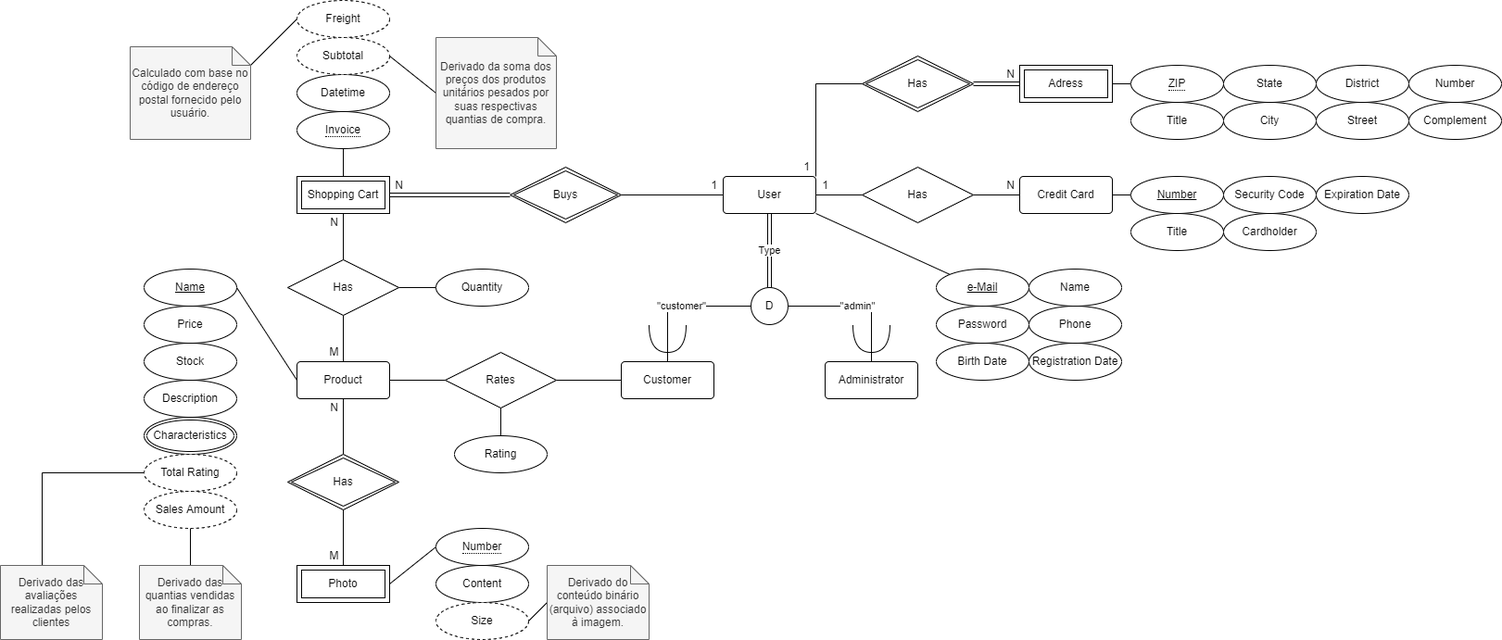
Before: github/MER.png, a diagram exported from draw.io (jlrconstantino/bookstore-ecommerce). Source tidied: cells renumbered, new cells last; positions are measured from the earlier drawing's top-left corner, leaving out a move shared by most shapes.
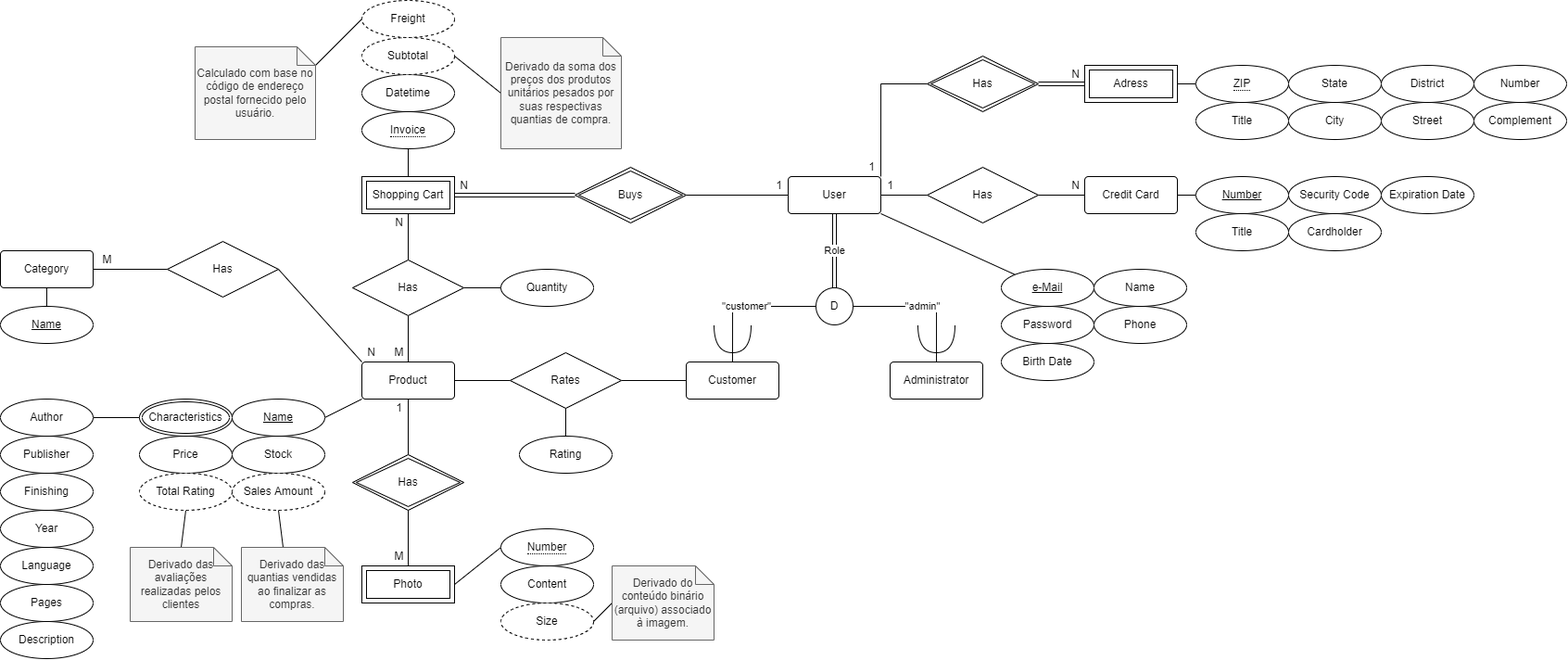
After the commit.

Commit message:
added category search

The edit, as a diff of the source:
```diff
@@ -29,7 +29,7 @@
     <mxCell id="10" value="&quot;admin&quot;" style="edgeStyle=orthogonalEdgeStyle;rounded=0;jettySize=auto;html=1;exitX=1;exitY=0.5;exitDx=0;exitDy=0;entryX=0.5;entryY=0;entryDx=0;entryDy=0;endArrow=none;endFill=0;" parent="1" edge="1" source="12" target="8">
       <mxGeometry relative="1" as="geometry" />
     </mxCell>
-    <mxCell id="11" value="Type" style="edgeStyle=orthogonalEdgeStyle;rounded=0;jettySize=auto;html=1;exitX=0.5;exitY=0;exitDx=0;exitDy=0;entryX=0.5;entryY=1;entryDx=0;entryDy=0;shape=link;" parent="1" edge="1" source="12" target="5">
+    <mxCell id="11" value="Role" style="edgeStyle=orthogonalEdgeStyle;rounded=0;jettySize=auto;html=1;exitX=0.5;exitY=0;exitDx=0;exitDy=0;entryX=0.5;entryY=1;entryDx=0;entryDy=0;shape=link;" parent="1" edge="1" source="12" target="5">
       <mxGeometry relative="1" as="geometry" />
     </mxCell>
     <mxCell id="12" value="D" style="ellipse;whiteSpace=wrap;html=1;" parent="1" vertex="1">
@@ -58,9 +58,12 @@
     <mxCell id="15" style="edgeStyle=orthogonalEdgeStyle;rounded=0;jettySize=auto;html=1;exitX=0.5;exitY=0;exitDx=0;exitDy=0;entryX=0.5;entryY=1;entryDx=0;entryDy=0;endArrow=none;endFill=0;elbow=vertical;" parent="1" edge="1" source="17" target="55">
       <mxGeometry relative="1" as="geometry" />
     </mxCell>
-    <mxCell id="16" style="edgeStyle=none;rounded=0;jettySize=auto;html=1;exitX=0;exitY=0.5;exitDx=0;exitDy=0;entryX=1;entryY=0.5;entryDx=0;entryDy=0;endArrow=none;endFill=0;elbow=vertical;" parent="1" edge="1" source="17" target="76">
+    <mxCell id="16" style="edgeStyle=none;rounded=0;jettySize=auto;html=1;exitX=0;exitY=1;exitDx=0;exitDy=0;entryX=1;entryY=0.5;entryDx=0;entryDy=0;endArrow=none;endFill=0;elbow=vertical;" parent="1" edge="1" source="17" target="76">
       <mxGeometry relative="1" as="geometry" />
     </mxCell>
+    <mxCell id="97" style="rounded=0;jettySize=auto;html=1;exitX=0;exitY=0;exitDx=0;exitDy=0;entryX=1;entryY=0.5;entryDx=0;entryDy=0;endArrow=none;endFill=0;" parent="1" edge="1" source="17" target="101">
+      <mxGeometry relative="1" as="geometry" />
+    </mxCell>
     <mxCell id="17" value="Product" style="rounded=1;arcSize=10;whiteSpace=wrap;html=1;align=center;" parent="1" vertex="1">
       <mxGeometry x="320" y="390" width="100" height="40" as="geometry" />
     </mxCell>
@@ -205,8 +208,8 @@
     <mxCell id="64" style="edgeStyle=none;rounded=0;jettySize=auto;html=1;entryX=0.5;entryY=1;entryDx=0;entryDy=0;endArrow=none;endFill=0;elbow=vertical;exitX=0.5;exitY=0;exitDx=0;exitDy=0;" parent="1" edge="1" source="66" target="17">
       <mxGeometry relative="1" as="geometry" />
     </mxCell>
-    <mxCell id="65" value="N" style="text;html=1;align=center;verticalAlign=middle;strokeColor=none;fillColor=none;" parent="1" vertex="1">
-      <mxGeometry x="350" y="430" width="20" height="20" as="geometry" />
+    <mxCell id="65" value="1" style="text;html=1;align=center;verticalAlign=middle;strokeColor=none;fillColor=none;" parent="1" vertex="1">
+      <mxGeometry x="345" y="425" width="30" height="30" as="geometry" />
     </mxCell>
     <mxCell id="66" value="Has" style="shape=rhombus;double=1;perimeter=rhombusPerimeter;whiteSpace=wrap;html=1;align=center;" parent="1" vertex="1">
       <mxGeometry x="310" y="490" width="120" height="60" as="geometry" />
@@ -239,35 +242,35 @@
       <mxGeometry x="470" y="570" width="100" height="40" as="geometry" />
     </mxCell>
     <mxCell id="76" value="Name" style="ellipse;whiteSpace=wrap;html=1;align=center;fontStyle=4;" parent="1" vertex="1">
-      <mxGeometry x="155" y="290" width="100" height="40" as="geometry" />
+      <mxGeometry x="180" y="430" width="100" height="40" as="geometry" />
     </mxCell>
     <mxCell id="77" value="Price" style="ellipse;whiteSpace=wrap;html=1;align=center;" parent="1" vertex="1">
-      <mxGeometry x="155" y="330" width="100" height="40" as="geometry" />
+      <mxGeometry x="80" y="470" width="100" height="40" as="geometry" />
     </mxCell>
     <mxCell id="78" value="Stock" style="ellipse;whiteSpace=wrap;html=1;align=center;" parent="1" vertex="1">
-      <mxGeometry x="155" y="370" width="100" height="40" as="geometry" />
+      <mxGeometry x="180" y="470" width="100" height="40" as="geometry" />
     </mxCell>
     <mxCell id="79" value="Sales Amount" style="ellipse;whiteSpace=wrap;html=1;align=center;dashed=1;" parent="1" vertex="1">
-      <mxGeometry x="155" y="530" width="100" height="40" as="geometry" />
+      <mxGeometry x="180" y="510" width="100" height="40" as="geometry" />
     </mxCell>
-    <mxCell id="80" value="Description" style="ellipse;whiteSpace=wrap;html=1;align=center;" parent="1" vertex="1">
-      <mxGeometry x="155" y="410" width="100" height="40" as="geometry" />
+    <mxCell id="80" value="Year" style="ellipse;whiteSpace=wrap;html=1;align=center;" parent="1" vertex="1">
+      <mxGeometry x="-70" y="550" width="100" height="40" as="geometry" />
     </mxCell>
+    <mxCell id="98" style="edgeStyle=none;rounded=0;jettySize=auto;html=1;exitX=0;exitY=0.5;exitDx=0;exitDy=0;entryX=1;entryY=0.5;entryDx=0;entryDy=0;endArrow=none;endFill=0;" parent="1" edge="1" source="81" target="107">
+      <mxGeometry relative="1" as="geometry" />
+    </mxCell>
     <mxCell id="81" value="Characteristics" style="ellipse;shape=doubleEllipse;margin=3;whiteSpace=wrap;html=1;align=center;" parent="1" vertex="1">
-      <mxGeometry x="155" y="450" width="100" height="40" as="geometry" />
+      <mxGeometry x="80" y="430" width="100" height="40" as="geometry" />
     </mxCell>
-    <mxCell id="82" style="edgeStyle=none;rounded=0;jettySize=auto;html=1;exitX=0.5;exitY=0;exitDx=0;exitDy=0;exitPerimeter=0;entryX=0.5;entryY=1;entryDx=0;entryDy=0;endArrow=none;endFill=0;elbow=vertical;" parent="1" edge="1" source="83" target="79">
+    <mxCell id="82" style="edgeStyle=none;rounded=0;jettySize=auto;html=1;exitX=0;exitY=0;exitDx=45;exitDy=0;exitPerimeter=0;entryX=0.5;entryY=1;entryDx=0;entryDy=0;endArrow=none;endFill=0;elbow=vertical;" parent="1" edge="1" source="83" target="79">
       <mxGeometry relative="1" as="geometry" />
     </mxCell>
     <mxCell id="83" value="Derivado das quantias vendidas ao finalizar as compras." style="shape=note;size=20;whiteSpace=wrap;html=1;fillColor=#f5f5f5;fontColor=#333333;strokeColor=#666666;" parent="1" vertex="1">
-      <mxGeometry x="150" y="610" width="110" height="80" as="geometry" />
+      <mxGeometry x="190" y="590" width="110" height="80" as="geometry" />
     </mxCell>
     <mxCell id="84" value="Birth Date" style="ellipse;whiteSpace=wrap;html=1;align=center;" parent="1" vertex="1">
       <mxGeometry x="1010" y="370" width="100" height="40" as="geometry" />
     </mxCell>
-    <mxCell id="85" value="Registration Date" style="ellipse;whiteSpace=wrap;html=1;align=center;" parent="1" vertex="1">
-      <mxGeometry x="1110" y="370" width="100" height="40" as="geometry" />
-    </mxCell>
     <mxCell id="86" style="edgeStyle=orthogonalEdgeStyle;rounded=0;jettySize=auto;html=1;exitX=0;exitY=0.5;exitDx=0;exitDy=0;entryX=1;entryY=0.5;entryDx=0;entryDy=0;endArrow=none;endFill=0;" parent="1" edge="1" source="87" target="17">
       <mxGeometry relative="1" as="geometry" />
     </mxCell>
@@ -280,14 +283,14 @@
     <mxCell id="89" value="Rating" style="ellipse;whiteSpace=wrap;html=1;align=center;" parent="1" vertex="1">
       <mxGeometry x="490" y="470" width="100" height="40" as="geometry" />
     </mxCell>
+    <mxCell id="99" style="edgeStyle=none;rounded=0;jettySize=auto;html=1;exitX=0.5;exitY=1;exitDx=0;exitDy=0;entryX=0.5;entryY=0;entryDx=0;entryDy=0;entryPerimeter=0;endArrow=none;endFill=0;" parent="1" edge="1" source="90" target="92">
+      <mxGeometry relative="1" as="geometry" />
+    </mxCell>
     <mxCell id="90" value="Total Rating" style="ellipse;whiteSpace=wrap;html=1;align=center;dashed=1;" parent="1" vertex="1">
-      <mxGeometry x="155" y="490" width="100" height="40" as="geometry" />
+      <mxGeometry x="80" y="510" width="100" height="40" as="geometry" />
     </mxCell>
-    <mxCell id="91" style="edgeStyle=orthogonalEdgeStyle;rounded=0;jettySize=auto;html=1;exitX=0;exitY=0;exitDx=45;exitDy=0;exitPerimeter=0;entryX=0;entryY=0.5;entryDx=0;entryDy=0;endArrow=none;endFill=0;" parent="1" edge="1" source="92" target="90">
-      <mxGeometry relative="1" as="geometry" />
-    </mxCell>
     <mxCell id="92" value="Derivado das avaliações realizadas pelos clientes" style="shape=note;size=20;whiteSpace=wrap;html=1;fillColor=#f5f5f5;fontColor=#333333;strokeColor=#666666;" parent="1" vertex="1">
-      <mxGeometry y="610" width="110" height="80" as="geometry" />
+      <mxGeometry x="70" y="590" width="110" height="80" as="geometry" />
     </mxCell>
     <mxCell id="93" value="Title" style="ellipse;whiteSpace=wrap;html=1;align=center;" parent="1" vertex="1">
       <mxGeometry x="1220" y="230" width="100" height="40" as="geometry" />
@@ -301,5 +304,44 @@
     <mxCell id="96" value="Phone" style="ellipse;whiteSpace=wrap;html=1;align=center;" parent="1" vertex="1">
       <mxGeometry x="1110" y="330" width="100" height="40" as="geometry" />
     </mxCell>
+    <mxCell id="100" style="edgeStyle=none;rounded=0;jettySize=auto;html=1;exitX=0;exitY=0.5;exitDx=0;exitDy=0;entryX=1;entryY=0.5;entryDx=0;entryDy=0;endArrow=none;endFill=0;" parent="1" edge="1" source="101" target="103">
+      <mxGeometry relative="1" as="geometry" />
+    </mxCell>
+    <mxCell id="101" value="Has" style="shape=rhombus;perimeter=rhombusPerimeter;whiteSpace=wrap;html=1;align=center;" parent="1" vertex="1">
+      <mxGeometry x="110" y="260" width="120" height="60" as="geometry" />
+    </mxCell>
+    <mxCell id="102" value="N" style="text;html=1;align=center;verticalAlign=middle;strokeColor=none;fillColor=none;" parent="1" vertex="1">
+      <mxGeometry x="320" y="370" width="20" height="20" as="geometry" />
+    </mxCell>
+    <mxCell id="103" value="Category" style="rounded=1;arcSize=10;whiteSpace=wrap;html=1;align=center;" parent="1" vertex="1">
+      <mxGeometry x="-70" y="270" width="100" height="40" as="geometry" />
+    </mxCell>
+    <mxCell id="104" value="M" style="text;html=1;align=center;verticalAlign=middle;strokeColor=none;fillColor=none;" parent="1" vertex="1">
+      <mxGeometry x="30" y="270" width="30" height="20" as="geometry" />
+    </mxCell>
+    <mxCell id="105" style="edgeStyle=none;rounded=0;jettySize=auto;html=1;exitX=0.5;exitY=0;exitDx=0;exitDy=0;entryX=0.5;entryY=1;entryDx=0;entryDy=0;endArrow=none;endFill=0;" parent="1" edge="1" source="106" target="103">
+      <mxGeometry relative="1" as="geometry" />
+    </mxCell>
+    <mxCell id="106" value="Name" style="ellipse;whiteSpace=wrap;html=1;align=center;fontStyle=4;" parent="1" vertex="1">
+      <mxGeometry x="-70" y="330" width="100" height="40" as="geometry" />
+    </mxCell>
+    <mxCell id="107" value="Author" style="ellipse;whiteSpace=wrap;html=1;align=center;" parent="1" vertex="1">
+      <mxGeometry x="-70" y="430" width="100" height="40" as="geometry" />
+    </mxCell>
+    <mxCell id="108" value="Publisher" style="ellipse;whiteSpace=wrap;html=1;align=center;" parent="1" vertex="1">
+      <mxGeometry x="-70" y="470" width="100" height="40" as="geometry" />
+    </mxCell>
+    <mxCell id="109" value="Finishing" style="ellipse;whiteSpace=wrap;html=1;align=center;" parent="1" vertex="1">
+      <mxGeometry x="-70" y="510" width="100" height="40" as="geometry" />
+    </mxCell>
+    <mxCell id="110" value="Language" style="ellipse;whiteSpace=wrap;html=1;align=center;" parent="1" vertex="1">
+      <mxGeometry x="-70" y="590" width="100" height="40" as="geometry" />
+    </mxCell>
+    <mxCell id="111" value="Pages" style="ellipse;whiteSpace=wrap;html=1;align=center;" parent="1" vertex="1">
+      <mxGeometry x="-70" y="630" width="100" height="40" as="geometry" />
+    </mxCell>
+    <mxCell id="112" value="Description" style="ellipse;whiteSpace=wrap;html=1;align=center;" parent="1" vertex="1">
+      <mxGeometry x="-70" y="670" width="100" height="40" as="geometry" />
+    </mxCell>
   </root>
 </mxGraphModel>
```
